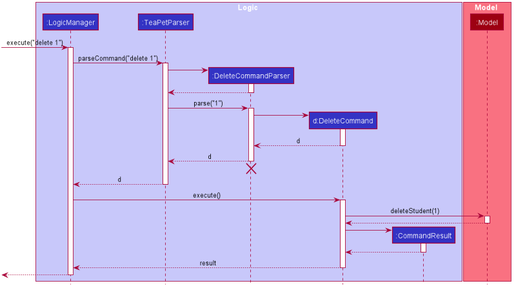
Earlier version of the PlantUML export docs/images/DeleteSequenceDiagram.png (tingalinga/main). The source it was exported from:
```plantuml
@startuml








skinparam BackgroundColor #FFFFFFF

skinparam Shadowing false

skinparam Class {
    FontColor #FFFFFF
    BorderThickness 1
    BorderColor #FFFFFF
    StereotypeFontColor #FFFFFF
    FontName Arial
}

skinparam Actor {
    BorderColor #000000
    Color #000000
    FontName Arial
}

skinparam Sequence {
    MessageAlign center
    BoxFontSize 15
    BoxPadding 0
    BoxFontColor #FFFFFF
    FontName Arial
}

skinparam Participant {
    FontColor #FFFFFFF
    Padding 20
}

skinparam MinClassWidth 50
skinparam ParticipantPadding 10
skinparam Shadowing false
skinparam DefaultTextAlignment center
skinparam packageStyle Rectangle

hide footbox
hide members
hide circle

box Logic #C8C8FA
participant ":LogicManager" as LogicManager #3333C4
participant ":TeaPetParser" as TeaPetParser #3333C4
participant ":DeleteCommandParser" as DeleteCommandParser #3333C4
participant "d:DeleteCommand" as DeleteCommand #3333C4
participant ":CommandResult" as CommandResult #3333C4
end box

box Model #F97181
participant ":Model" as Model #9D0012
end box

[-> LogicManager : execute("delete 1")
activate LogicManager

LogicManager -> TeaPetParser : parseCommand("delete 1")
activate TeaPetParser

create DeleteCommandParser
TeaPetParser -> DeleteCommandParser
activate DeleteCommandParser

DeleteCommandParser --> TeaPetParser
deactivate DeleteCommandParser

TeaPetParser -> DeleteCommandParser : parse("1")
activate DeleteCommandParser

create DeleteCommand
DeleteCommandParser -> DeleteCommand
activate DeleteCommand

DeleteCommand --> DeleteCommandParser : d
deactivate DeleteCommand

DeleteCommandParser --> TeaPetParser : d
deactivate DeleteCommandParser
DeleteCommandParser -[hidden]-> TeaPetParser
destroy DeleteCommandParser

TeaPetParser --> LogicManager : d
deactivate TeaPetParser

LogicManager -> DeleteCommand : execute()
activate DeleteCommand

DeleteCommand -> Model : deleteStudent(1)
activate Model

Model --> DeleteCommand
deactivate Model

create CommandResult
DeleteCommand -> CommandResult
activate CommandResult

CommandResult --> DeleteCommand
deactivate CommandResult

DeleteCommand --> LogicManager : result
deactivate DeleteCommand

[<--LogicManager
deactivate LogicManager
@enduml
```
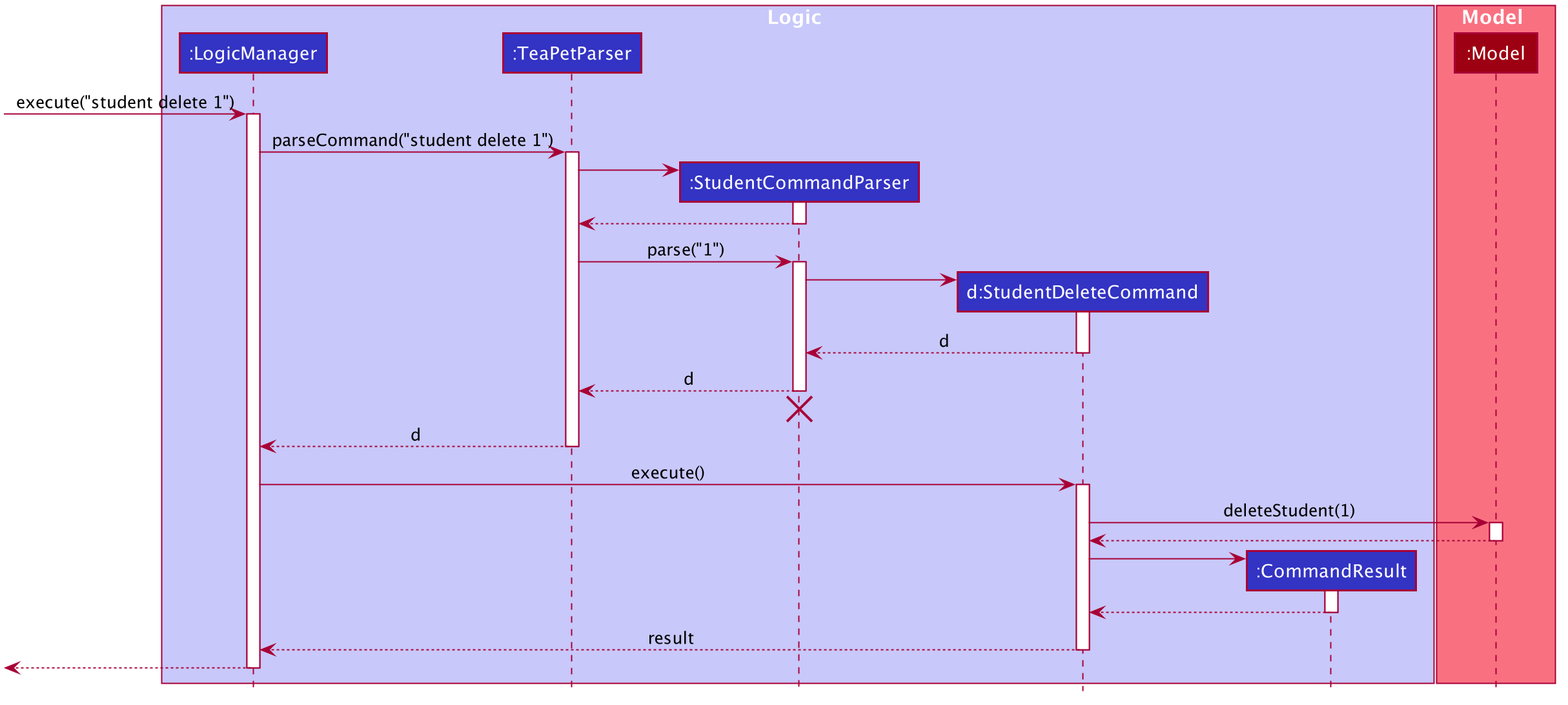
Later version of the same file.

What changed in the source:
```diff
@@ -51,8 +51,8 @@
 box Logic #C8C8FA
 participant ":LogicManager" as LogicManager #3333C4
 participant ":TeaPetParser" as TeaPetParser #3333C4
-participant ":DeleteCommandParser" as DeleteCommandParser #3333C4
-participant "d:DeleteCommand" as DeleteCommand #3333C4
+participant ":StudentCommandParser" as StudentCommandParser #3333C4
+participant "d:StudentDeleteCommand" as StudentDeleteCommand #3333C4
 participant ":CommandResult" as CommandResult #3333C4
 end box
 
@@ -60,55 +60,55 @@
 participant ":Model" as Model #9D0012
 end box
 
-[-> LogicManager : execute("delete 1")
+[-> LogicManager : execute("student delete 1")
 activate LogicManager
 
-LogicManager -> TeaPetParser : parseCommand("delete 1")
+LogicManager -> TeaPetParser : parseCommand("student delete 1")
 activate TeaPetParser
 
-create DeleteCommandParser
-TeaPetParser -> DeleteCommandParser
-activate DeleteCommandParser
+create StudentCommandParser
+TeaPetParser -> StudentCommandParser
+activate StudentCommandParser
 
-DeleteCommandParser --> TeaPetParser
-deactivate DeleteCommandParser
+StudentCommandParser --> TeaPetParser
+deactivate StudentCommandParser
 
-TeaPetParser -> DeleteCommandParser : parse("1")
-activate DeleteCommandParser
+TeaPetParser -> StudentCommandParser : parse("1")
+activate StudentCommandParser
 
-create DeleteCommand
-DeleteCommandParser -> DeleteCommand
-activate DeleteCommand
+create StudentDeleteCommand
+StudentCommandParser -> StudentDeleteCommand
+activate StudentDeleteCommand
 
-DeleteCommand --> DeleteCommandParser : d
-deactivate DeleteCommand
+StudentDeleteCommand --> StudentCommandParser : d
+deactivate StudentDeleteCommand
 
-DeleteCommandParser --> TeaPetParser : d
-deactivate DeleteCommandParser
-DeleteCommandParser -[hidden]-> TeaPetParser
-destroy DeleteCommandParser
+StudentCommandParser --> TeaPetParser : d
+deactivate StudentCommandParser
+StudentCommandParser -[hidden]-> TeaPetParser
+destroy StudentCommandParser
 
 TeaPetParser --> LogicManager : d
 deactivate TeaPetParser
 
-LogicManager -> DeleteCommand : execute()
-activate DeleteCommand
+LogicManager -> StudentDeleteCommand : execute()
+activate StudentDeleteCommand
 
-DeleteCommand -> Model : deleteStudent(1)
+StudentDeleteCommand -> Model : deleteStudent(1)
 activate Model
 
-Model --> DeleteCommand
+Model --> StudentDeleteCommand
 deactivate Model
 
 create CommandResult
-DeleteCommand -> CommandResult
+StudentDeleteCommand -> CommandResult
 activate CommandResult
 
-CommandResult --> DeleteCommand
+CommandResult --> StudentDeleteCommand
 deactivate CommandResult
 
-DeleteCommand --> LogicManager : result
-deactivate DeleteCommand
+StudentDeleteCommand --> LogicManager : result
+deactivate StudentDeleteCommand
 
 [<--LogicManager
 deactivate LogicManager
```
